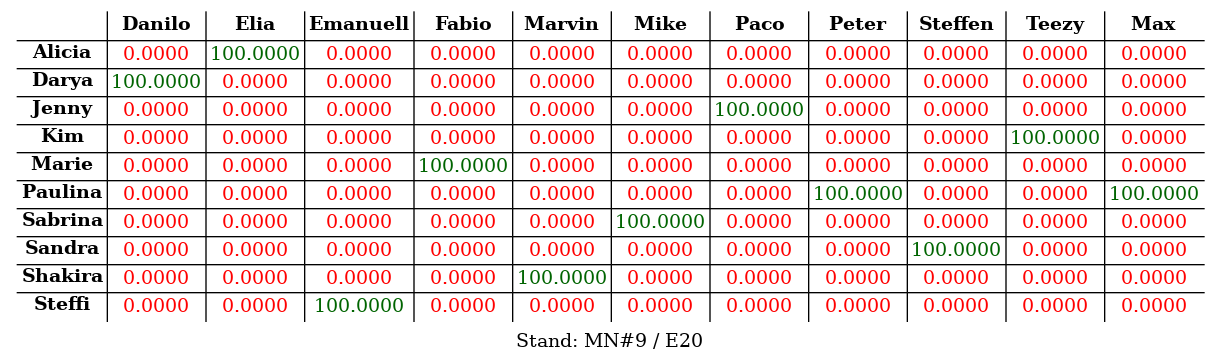
Before: s03r/s03r_tab.png, a diagram exported from Graphviz (atticus-sullivan/sim-ayto). Its source is kept beside it as s03r/s03r_tab.dot.
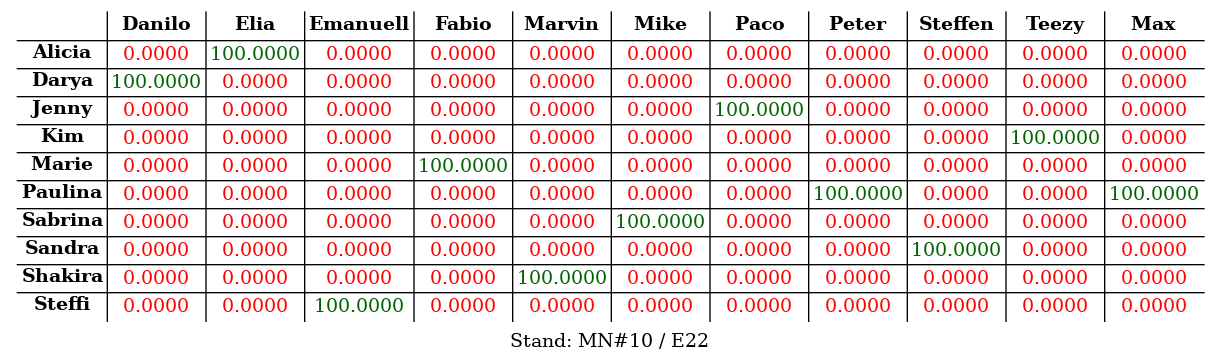
After the commit.

Diff of the diagram source:
```diff
@@ -1,4 +1,4 @@
-digraph structs { labelloc="b"; label="Stand: MN#9 / E20"; node[shape=plaintext] struct[label=<
+digraph structs { labelloc="b"; label="Stand: MN#10 / E22"; node[shape=plaintext] struct[label=<
 <table cellspacing="2" border="0" rows="*" columns="*">
 <tr>
 <td></td>
```
